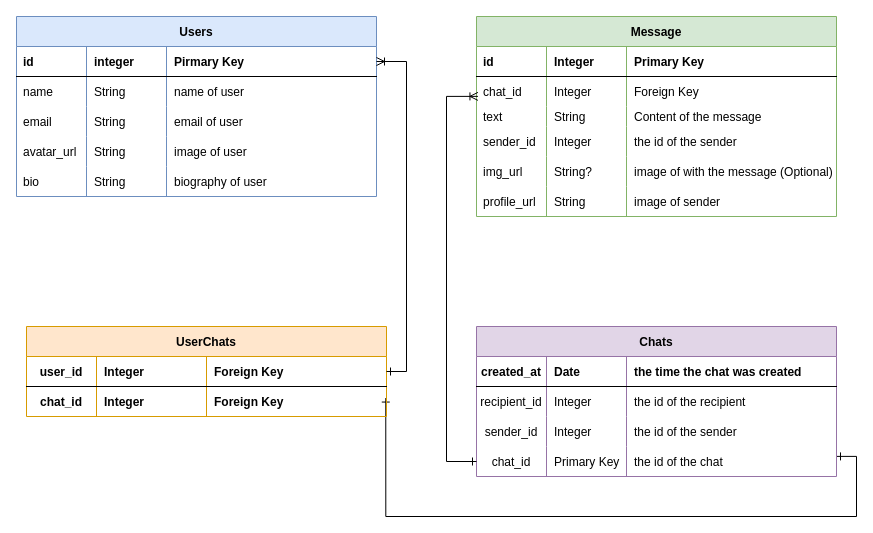
Above: planning/Untitled Diagram.drawio in Codepath-41-web103/Lab-5-On-The-Fly (draw.io), before the change. Source tidied: cells renumbered, new cells numbered last; positions are measured from the earlier drawing's top-left corner, leaving out a move shared by most shapes. Both pictures are drawn from the tidied source at 100%, with x=0, y=0 at pixel (16, 16).
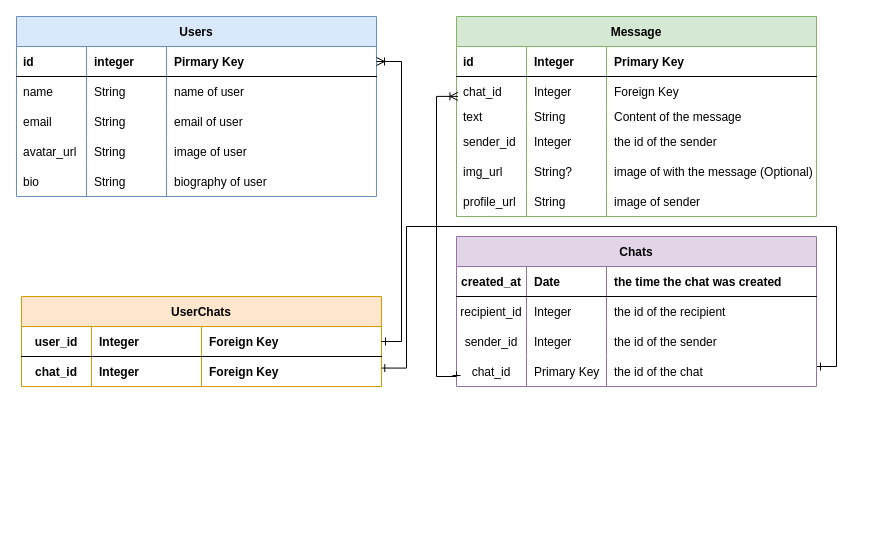
The same diagram, later.

Unchanged cells that the change refers to:
```xml
<mxCell id="7" style="shape=partialRectangle;fillColor=none;points=[[0,0.5],[1,0.5]];portConstraint=eastwest;top=0;left=0;right=0;bottom=0;" parent="2" vertex="1">
  <mxGeometry y="60" width="360" height="30" as="geometry" />
</mxCell>
<mxCell id="62" style="shape=partialRectangle;fillColor=none;points=[[0,0.5],[1,0.5]];portConstraint=eastwest;top=0;left=0;right=0;bottom=0;" parent="49" vertex="1">
  <mxGeometry y="120" width="360" height="30" as="geometry" />
</mxCell>
<mxCell id="71" style="shape=partialRectangle;fillColor=none;points=[[0,0.5],[1,0.5]];portConstraint=eastwest;top=0;left=0;right=0;bottom=0;" parent="66" vertex="1">
  <mxGeometry y="60" width="360" height="30" as="geometry" />
</mxCell>
```

Change to the diagram source:
```diff
@@
     <mxCell id="2" value="Message" style="shape=table;startSize=30;childLayout=tableLayout;rowLines=0;fontStyle=1;align=center;fillColor=#d5e8d4;strokeColor=#82b366;" parent="1" vertex="1">
-      <mxGeometry x="460" width="360" height="200" as="geometry" />
+      <mxGeometry x="440" width="360" height="200" as="geometry" />
     </mxCell>
@@
-    <mxCell id="48" style="edgeStyle=orthogonalEdgeStyle;rounded=0;jettySize=auto;html=1;exitX=1;exitY=0.33;exitDx=0;exitDy=0;exitPerimeter=0;endArrow=ERone;endFill=0;strokeColor=default;startArrow=ERone;startFill=0;entryX=0.998;entryY=0.385;entryDx=0;entryDy=0;entryPerimeter=0;" parent="1" edge="1" source="62" target="71">
+    <mxCell id="48" style="edgeStyle=orthogonalEdgeStyle;rounded=0;jettySize=auto;html=1;endArrow=ERone;endFill=0;strokeColor=default;startArrow=ERone;startFill=0;entryX=0.998;entryY=0.385;entryDx=0;entryDy=0;entryPerimeter=0;" parent="1" edge="1" source="62" target="71">
       <mxGeometry relative="1" as="geometry">
         <Array as="points">
-          <mxPoint x="840" y="440" />
-          <mxPoint x="840" y="500" />
-          <mxPoint x="369" y="500" />
+          <mxPoint x="820" y="350" />
+          <mxPoint x="820" y="210" />
+          <mxPoint x="390" y="210" />
+          <mxPoint x="390" y="352" />
         </Array>
       </mxGeometry>
     </mxCell>
     <mxCell id="49" value="Chats" style="shape=table;startSize=30;childLayout=tableLayout;rowLines=0;fontStyle=1;align=center;fillColor=#e1d5e7;strokeColor=#9673a6;" parent="1" vertex="1">
-      <mxGeometry x="460" y="310" width="360" height="150" as="geometry" />
+      <mxGeometry x="440" y="220" width="360" height="150" as="geometry" />
     </mxCell>
@@
     <mxCell id="66" value="UserChats" style="shape=table;startSize=30;childLayout=tableLayout;rowLines=0;fontStyle=1;align=center;fillColor=#ffe6cc;strokeColor=#d79b00;" parent="1" vertex="1">
-      <mxGeometry x="10" y="310" width="360" height="90" as="geometry" />
+      <mxGeometry x="5" y="280" width="360" height="90" as="geometry" />
     </mxCell>
@@
     <mxCell id="75" style="edgeStyle=orthogonalEdgeStyle;rounded=0;jettySize=auto;html=1;startArrow=ERone;startFill=0;endArrow=ERoneToMany;endFill=0;entryX=0.004;entryY=0.663;entryDx=0;entryDy=0;entryPerimeter=0;exitX=0;exitY=0.5;exitDx=0;exitDy=0;" parent="1" edge="1" source="62" target="7">
       <mxGeometry relative="1" as="geometry">
         <Array as="points">
-          <mxPoint x="430" y="445" />
-          <mxPoint x="430" y="80" />
+          <mxPoint x="440" y="360" />
+          <mxPoint x="420" y="360" />
+          <mxPoint x="420" y="80" />
         </Array>
       </mxGeometry>
     </mxCell>
```
